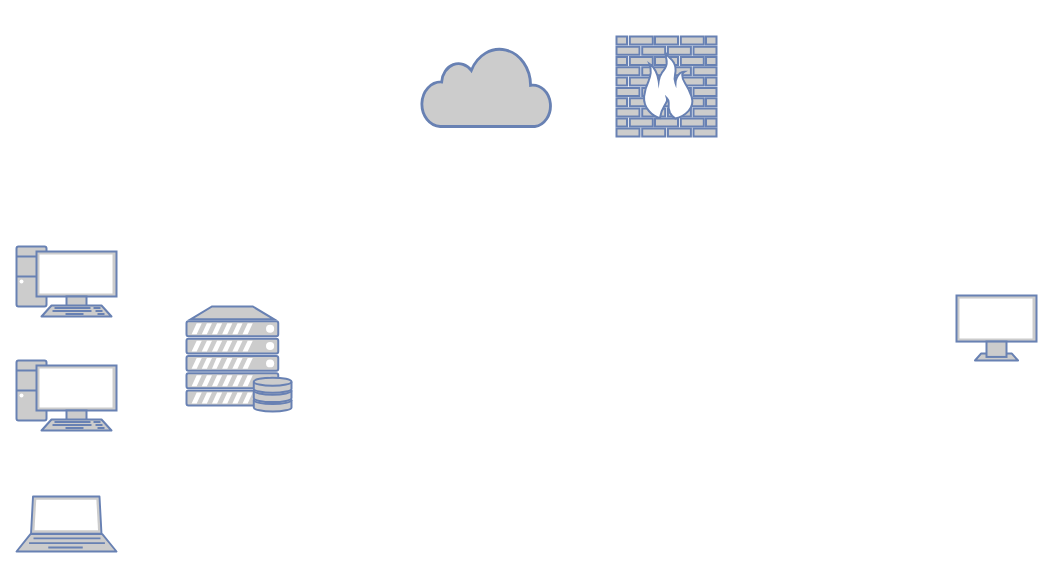
Before: Untitled Diagram.drawio in sachdev27/learn, a draw.io diagram. Source tidied: cells renumbered, new cells numbered last; positions are measured from the earlier drawing's top-left corner, leaving out a move shared by most shapes. Both pictures are drawn from the tidied source at 100%, with x=0, y=0 at pixel (16, 36).
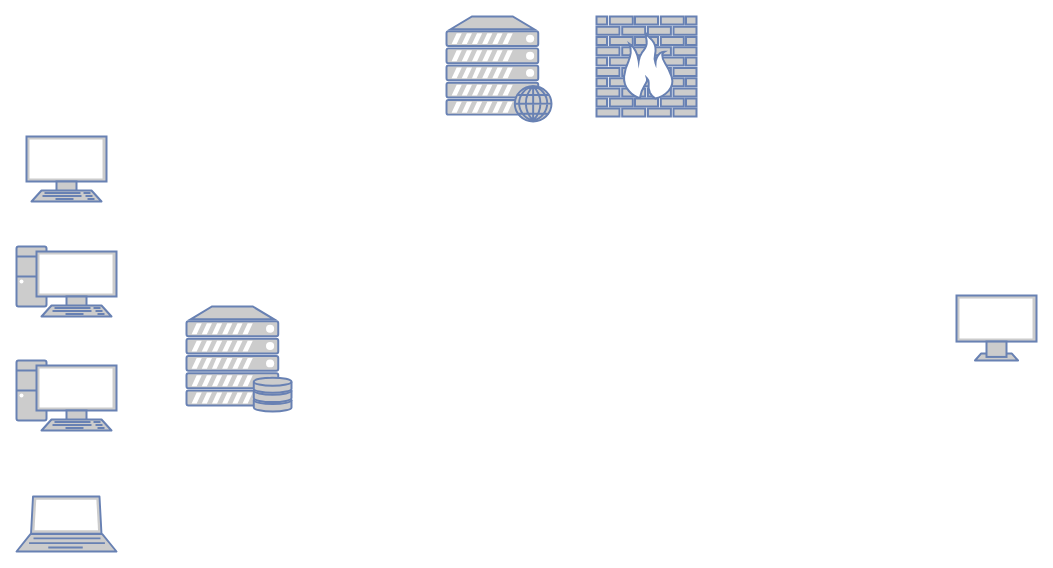
The same page after the edit.

The edit, as a diff of the source:
```diff
@@
 <mxGraphModel>
   <root>
     <mxCell id="0" />
     <mxCell id="1" parent="0" />
     <mxCell id="2" style="fontColor=#0066CC;verticalAlign=top;verticalLabelPosition=bottom;labelPosition=center;align=center;html=1;fillColor=#CCCCCC;strokeColor=#6881B3;gradientColor=none;gradientDirection=north;strokeWidth=2;shape=mxgraph.networks.server_storage;" parent="1" vertex="1">
       <mxGeometry x="170" y="270" width="105" height="105" as="geometry" />
     </mxCell>
     <mxCell id="3" style="fontColor=#0066CC;verticalAlign=top;verticalLabelPosition=bottom;labelPosition=center;align=center;html=1;fillColor=#CCCCCC;strokeColor=#6881B3;gradientColor=none;gradientDirection=north;strokeWidth=2;shape=mxgraph.networks.firewall;" parent="1" vertex="1">
-      <mxGeometry x="600" width="100" height="100" as="geometry" />
+      <mxGeometry x="580" y="-20" width="100" height="100" as="geometry" />
     </mxCell>
     <mxCell id="4" style="fontColor=#0066CC;verticalAlign=top;verticalLabelPosition=bottom;labelPosition=center;align=center;html=1;fillColor=#CCCCCC;strokeColor=#6881B3;gradientColor=none;gradientDirection=north;strokeWidth=2;shape=mxgraph.networks.monitor;" parent="1" vertex="1">
       <mxGeometry x="940" y="259" width="80" height="65" as="geometry" />
     </mxCell>
-    <mxCell id="5" style="html=1;fillColor=#CCCCCC;strokeColor=#6881B3;gradientColor=none;gradientDirection=north;strokeWidth=2;shape=mxgraph.networks.cloud;fontColor=#ffffff;" parent="1" vertex="1">
-      <mxGeometry x="405" y="10" width="130" height="80" as="geometry" />
-    </mxCell>
     <mxCell id="6" style="fontColor=#0066CC;verticalAlign=top;verticalLabelPosition=bottom;labelPosition=center;align=center;html=1;fillColor=#CCCCCC;strokeColor=#6881B3;gradientColor=none;gradientDirection=north;strokeWidth=2;shape=mxgraph.networks.pc;" parent="1" vertex="1">
       <mxGeometry y="210" width="100" height="70" as="geometry" />
     </mxCell>
     <mxCell id="7" style="fontColor=#0066CC;verticalAlign=top;verticalLabelPosition=bottom;labelPosition=center;align=center;html=1;fillColor=#CCCCCC;strokeColor=#6881B3;gradientColor=none;gradientDirection=north;strokeWidth=2;shape=mxgraph.networks.pc;" parent="1" vertex="1">
       <mxGeometry y="324" width="100" height="70" as="geometry" />
     </mxCell>
     <mxCell id="8" style="fontColor=#0066CC;verticalAlign=top;verticalLabelPosition=bottom;labelPosition=center;align=center;html=1;fillColor=#CCCCCC;strokeColor=#6881B3;gradientColor=none;gradientDirection=north;strokeWidth=2;shape=mxgraph.networks.laptop;" parent="1" vertex="1">
       <mxGeometry y="460" width="100" height="55" as="geometry" />
     </mxCell>
+    <mxCell id="9" style="fontColor=#0066CC;verticalAlign=top;verticalLabelPosition=bottom;labelPosition=center;align=center;html=1;fillColor=#CCCCCC;strokeColor=#6881B3;gradientColor=none;gradientDirection=north;strokeWidth=2;shape=mxgraph.networks.web_server;" parent="1" vertex="1">
+      <mxGeometry x="430" y="-20" width="105" height="105" as="geometry" />
+    </mxCell>
+    <mxCell id="10" style="fontColor=#0066CC;verticalAlign=top;verticalLabelPosition=bottom;labelPosition=center;align=center;html=1;fillColor=#CCCCCC;strokeColor=#6881B3;gradientColor=none;gradientDirection=north;strokeWidth=2;shape=mxgraph.networks.terminal;" parent="1" vertex="1">
+      <mxGeometry x="10" y="100" width="80" height="65" as="geometry" />
+    </mxCell>
   </root>
 </mxGraphModel>
```
